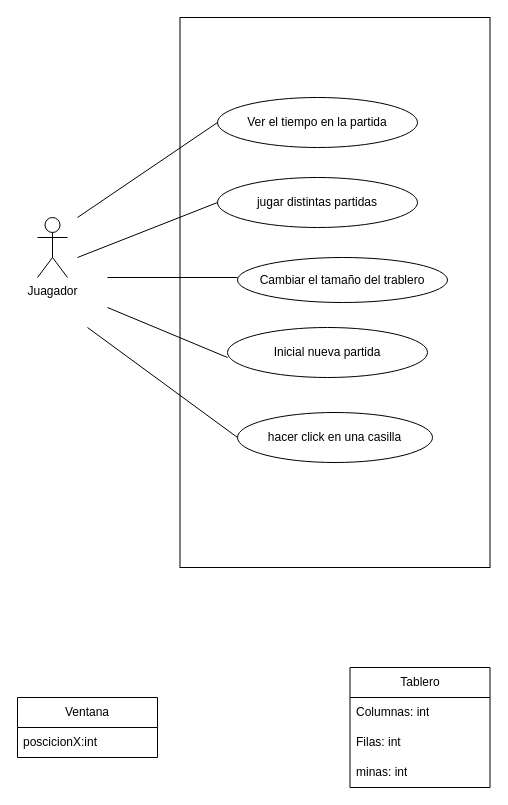
The draw.io diagram Diagramas.drawio in Lagartin1/INFO_229, before the edit. Source tidied: cells renumbered, new cells numbered last; positions are measured from the earlier drawing's top-left corner, leaving out a move shared by most shapes. Both pictures are drawn from the tidied source at 100%, with x=0, y=0 at pixel (17, 17).
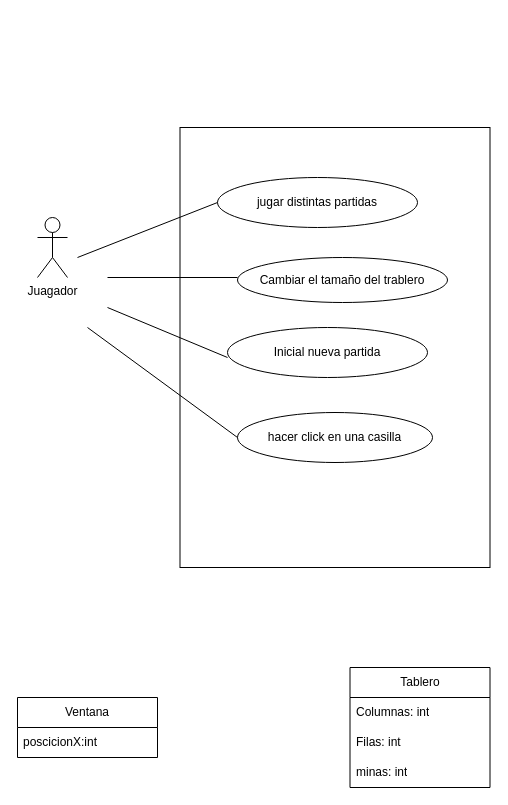
After the change.

Commit message (it also covers changes not shown here):
buscaminas DPP Singleton por consola

The edit, as a diff of the source:
```diff
@@
     <mxCell id="3" style="rounded=0;whiteSpace=wrap;html=1;" parent="1" vertex="1">
-      <mxGeometry x="162.5" width="310" height="550" as="geometry" />
+      <mxGeometry x="162.5" y="110" width="310" height="440" as="geometry" />
     </mxCell>
-    <mxCell id="4" value="Ver el tiempo en la partida" style="ellipse;whiteSpace=wrap;html=1;" parent="1" vertex="1">
-      <mxGeometry x="200" y="80" width="200" height="50" as="geometry" />
-    </mxCell>
@@
-    <mxCell id="6" style="endArrow=none;html=1;entryX=0;entryY=0.5;entryDx=0;entryDy=0;" parent="1" edge="1" target="4">
-      <mxGeometry relative="1" as="geometry">
-        <mxPoint x="60" y="200" as="sourcePoint" />
-      </mxGeometry>
-    </mxCell>
```
